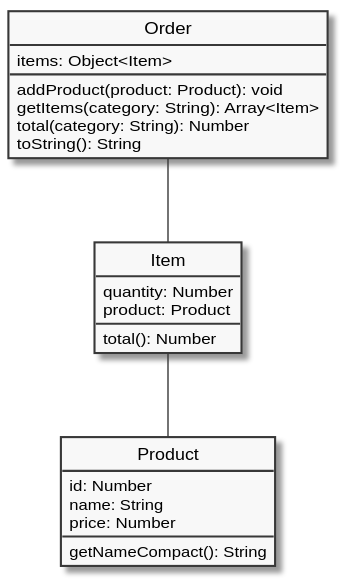
This is codes/ecma/tasks/assets/object-order.svg from italloNP/ls, a PlantUML export, as it was before one commit. Source of this version:
```plantuml
@startuml
skinparam classAttributeIconSize 0
skinparam monochrome true
hide circle

class Order {
    items: Object<Item>
    addProduct(product: Product): void
    getItems(category: String): Array<Item>
    total(category: String): Number
    toString(): String
}

class Item {
    quantity: Number
    product: Product
    total(): Number
}
Order -- Item

class Product {
    id: Number
    name: String
    price: Number
    getNameCompact(): String
}
Item -- Product

@enduml
```
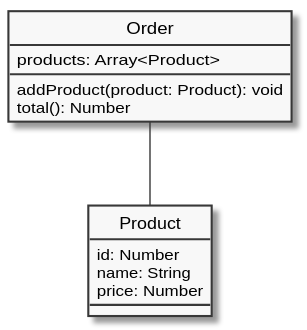
The same file after the commit.

The edit, as a diff of the source:
```diff
@@ -4,26 +4,16 @@
 hide circle
 
 class Order {
-    items: Object<Item>
+    products: Array<Product>
     addProduct(product: Product): void
-    getItems(category: String): Array<Item>
-    total(category: String): Number
-    toString(): String
-}
-
-class Item {
-    quantity: Number
-    product: Product
     total(): Number
 }
-Order -- Item
 
 class Product {
     id: Number
     name: String
     price: Number
-    getNameCompact(): String
 }
-Item -- Product
+Order -- Product
 
 @enduml
```
